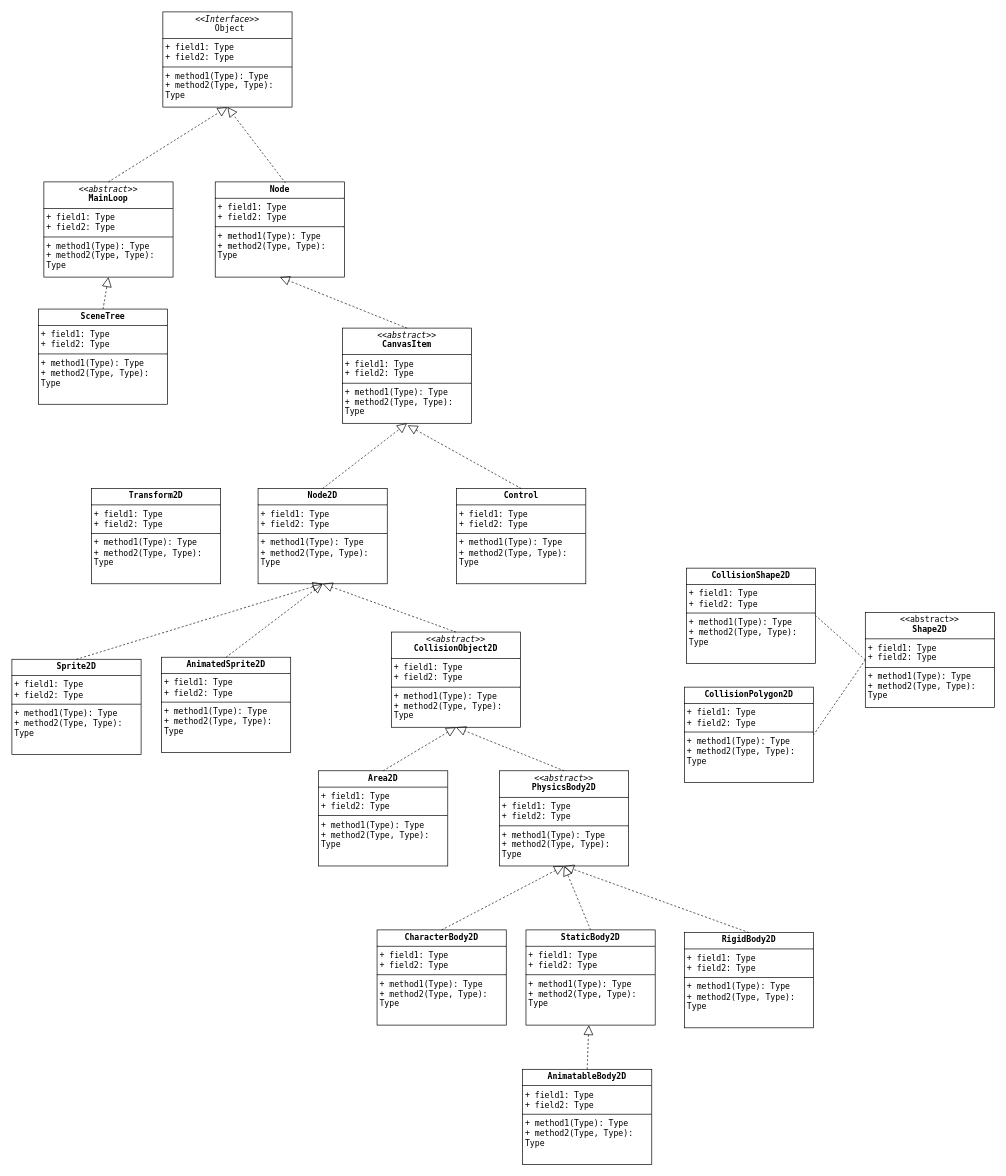
GitHub7796/godotLearn keeps this draw.io diagram as page "core" (1 of 8) of gotdot.drawio. Above is the earlier version. Source tidied: cells renumbered, new cells numbered last; positions are measured from the earlier drawing's top-left corner, leaving out a move shared by most shapes. Both pictures are drawn from the tidied source at 68%, with x=0, y=0 at pixel (12, 12).
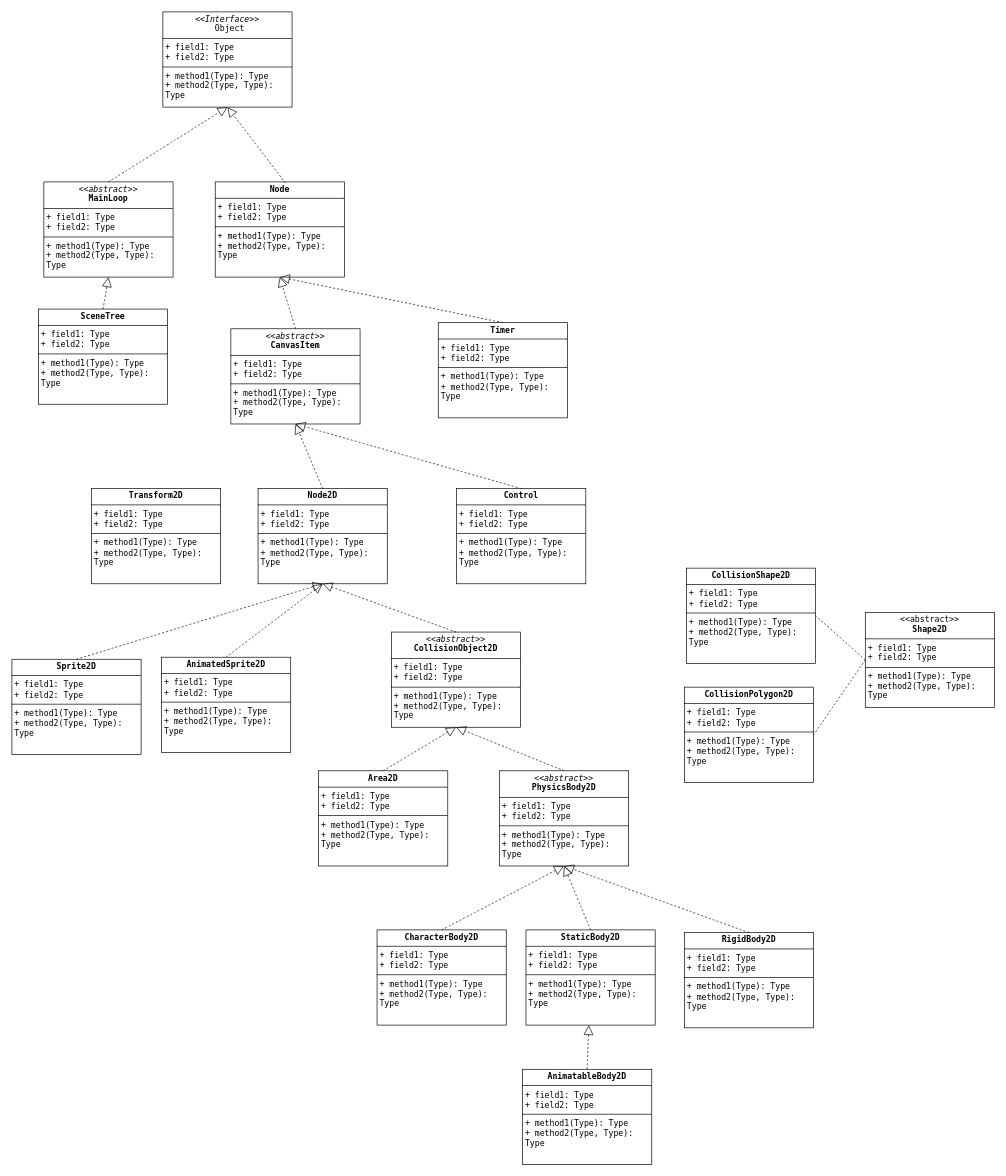
Above is the later version.

The change refers to these unchanged cells:
```xml
<mxCell id="6" value="&lt;p style=&quot;margin:0px;margin-top:4px;text-align:center;&quot;&gt;&lt;b&gt;Node&lt;/b&gt;&lt;br&gt;&lt;/p&gt;&lt;hr style=&quot;border-style:solid;&quot; size=&quot;1&quot;&gt;&lt;p style=&quot;margin:0px;margin-left:4px;&quot;&gt;+ field1: Type&lt;br&gt;+ field2: Type&lt;/p&gt;&lt;hr style=&quot;border-style:solid;&quot; size=&quot;1&quot;&gt;&lt;p style=&quot;margin:0px;margin-left:4px;&quot;&gt;+ method1(Type): Type&lt;br&gt;+ method2(Type, Type): Type&lt;/p&gt;" style="verticalAlign=top;align=left;overflow=fill;html=1;whiteSpace=wrap;fontFamily=Lucida Console;" parent="1" vertex="1">
  <mxGeometry x="299" y="250" width="190" height="140" as="geometry" />
</mxCell>
<mxCell id="11" value="&lt;p style=&quot;margin:0px;margin-top:4px;text-align:center;&quot;&gt;&lt;b&gt;Control&lt;/b&gt;&lt;br&gt;&lt;/p&gt;&lt;hr style=&quot;border-style:solid;&quot; size=&quot;1&quot;&gt;&lt;p style=&quot;margin:0px;margin-left:4px;&quot;&gt;+ field1: Type&lt;br&gt;+ field2: Type&lt;/p&gt;&lt;hr style=&quot;border-style:solid;&quot; size=&quot;1&quot;&gt;&lt;p style=&quot;margin:0px;margin-left:4px;&quot;&gt;+ method1(Type): Type&lt;br&gt;+ method2(Type, Type): Type&lt;/p&gt;" style="verticalAlign=top;align=left;overflow=fill;html=1;whiteSpace=wrap;fontFamily=Lucida Console;" parent="1" vertex="1">
  <mxGeometry x="654" y="701" width="190" height="140" as="geometry" />
</mxCell>
```

The edit, as a diff of the source:
```diff
@@
     <mxCell id="9" value="&lt;p style=&quot;margin:0px;margin-top:4px;text-align:center;&quot;&gt;&lt;i&gt;&amp;lt;&amp;lt;abstract&amp;gt;&amp;gt;&lt;/i&gt;&lt;br&gt;&lt;b&gt;CanvasItem&lt;/b&gt;&lt;br&gt;&lt;/p&gt;&lt;hr style=&quot;border-style:solid;&quot; size=&quot;1&quot;&gt;&lt;p style=&quot;margin:0px;margin-left:4px;&quot;&gt;+ field1: Type&lt;br&gt;+ field2: Type&lt;/p&gt;&lt;hr style=&quot;border-style:solid;&quot; size=&quot;1&quot;&gt;&lt;p style=&quot;margin:0px;margin-left:4px;&quot;&gt;+ method1(Type): Type&lt;br&gt;+ method2(Type, Type): Type&lt;/p&gt;" style="verticalAlign=top;align=left;overflow=fill;html=1;whiteSpace=wrap;fontFamily=Lucida Console;" parent="1" vertex="1">
-      <mxGeometry x="486" y="465" width="190" height="140" as="geometry" />
+      <mxGeometry x="322" y="466" width="190" height="140" as="geometry" />
     </mxCell>
@@
-    <mxCell id="13" style="endArrow=block;dashed=1;endFill=0;endSize=12;html=1;rounded=0;fontSize=12;curved=1;exitX=0.5;exitY=0;exitDx=0;exitDy=0;fontFamily=Lucida Console;" parent="1" edge="1" source="11">
-      <mxGeometry relative="1" as="geometry">
-        <mxPoint x="582" y="608" as="targetPoint" />
-      </mxGeometry>
+    <mxCell id="13" style="endArrow=block;dashed=1;endFill=0;endSize=12;html=1;rounded=0;fontSize=12;curved=1;exitX=0.5;exitY=0;exitDx=0;exitDy=0;fontFamily=Lucida Console;entryX=0.5;entryY=1;entryDx=0;entryDy=0;" parent="1" edge="1" source="11" target="9">
+      <mxGeometry relative="1" as="geometry" />
     </mxCell>
@@
+    <mxCell id="39" value="&lt;p style=&quot;margin:0px;margin-top:4px;text-align:center;&quot;&gt;&lt;b&gt;Timer&lt;/b&gt;&lt;br&gt;&lt;/p&gt;&lt;hr style=&quot;border-style:solid;&quot; size=&quot;1&quot;&gt;&lt;p style=&quot;margin:0px;margin-left:4px;&quot;&gt;+ field1: Type&lt;br&gt;+ field2: Type&lt;/p&gt;&lt;hr style=&quot;border-style:solid;&quot; size=&quot;1&quot;&gt;&lt;p style=&quot;margin:0px;margin-left:4px;&quot;&gt;+ method1(Type): Type&lt;br&gt;+ method2(Type, Type): Type&lt;/p&gt;" style="verticalAlign=top;align=left;overflow=fill;html=1;whiteSpace=wrap;fontFamily=Lucida Console;" parent="1" vertex="1">
+      <mxGeometry x="627" y="457" width="190" height="140" as="geometry" />
+    </mxCell>
+    <mxCell id="40" style="endArrow=block;dashed=1;endFill=0;endSize=12;html=1;rounded=0;fontSize=12;curved=1;exitX=0.5;exitY=0;exitDx=0;exitDy=0;entryX=0.5;entryY=1;entryDx=0;entryDy=0;fontFamily=Lucida Console;" parent="1" edge="1" source="39" target="6">
+      <mxGeometry relative="1" as="geometry" />
+    </mxCell>
```
